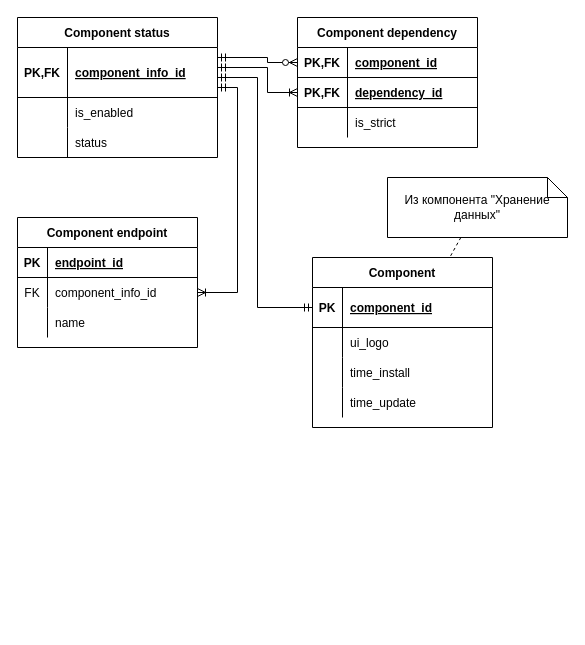
The draw.io diagram architecture/first-level/tool-CM/TCM.ERD.drawio in AVAtarMod/Linux_Ecosystem, before the edit. Source tidied: cells renumbered, new cells numbered last; positions are measured from the earlier drawing's top-left corner, leaving out a move shared by most shapes. Both pictures are drawn from the tidied source at 100%, with x=0, y=0 at pixel (17, 17).
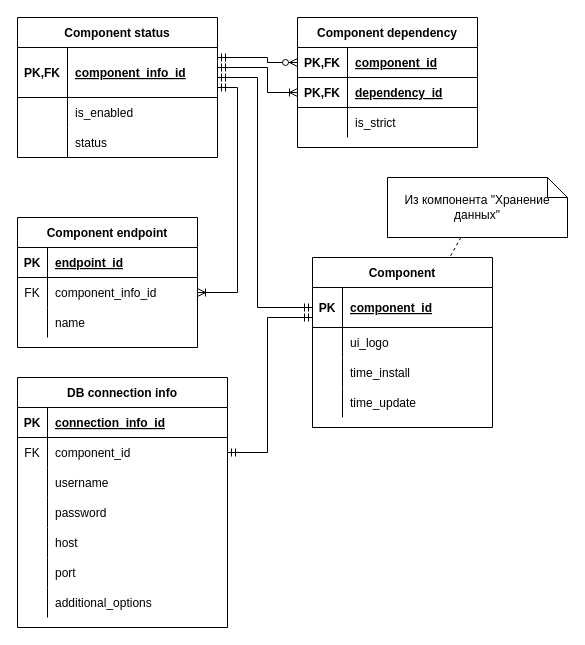
The same diagram, later.

Commit message:
(architecture) добавлено: сведения о подключении к БД

The change refers to these unchanged cells:
```xml
<mxCell id="39" style="shape=partialRectangle;fillColor=none;top=0;left=0;bottom=1;right=0;points=[[0,0.5],[1,0.5]];portConstraint=eastwest;" parent="38" vertex="1">
  <mxGeometry y="30" width="180" height="40" as="geometry" />
</mxCell>
```

The edit, as a diff of the source:
```diff
@@
+    <mxCell id="51" value="DB connection info" style="shape=table;startSize=30;childLayout=tableLayout;rowLines=0;fontStyle=1;align=center;" parent="1" vertex="1">
+      <mxGeometry y="360" width="210" height="250" as="geometry" />
+    </mxCell>
+    <mxCell id="52" style="shape=partialRectangle;fillColor=none;top=0;left=0;bottom=1;right=0;" parent="51" vertex="1">
+      <mxGeometry y="30" width="210" height="30" as="geometry" />
+    </mxCell>
+    <mxCell id="53" value="PK" style="shape=partialRectangle;fillColor=none;top=0;left=0;bottom=0;right=0;fontStyle=1;overflow=hidden;" parent="52" vertex="1">
+      <mxGeometry width="30" height="30" as="geometry" />
+    </mxCell>
+    <mxCell id="54" value="connection_info_id" style="shape=partialRectangle;fillColor=none;top=0;left=0;bottom=0;right=0;align=left;spacingLeft=6;fontStyle=5;overflow=hidden;" parent="52" vertex="1">
+      <mxGeometry x="30" width="180" height="30" as="geometry" />
+    </mxCell>
+    <mxCell id="55" style="shape=partialRectangle;fillColor=none;top=0;left=0;bottom=0;right=0;points=[[0,0.5],[1,0.5]];portConstraint=eastwest;" parent="51" vertex="1">
+      <mxGeometry y="60" width="210" height="30" as="geometry" />
+    </mxCell>
+    <mxCell id="56" value="FK" style="shape=partialRectangle;fillColor=none;top=0;left=0;bottom=0;right=0;overflow=hidden;" parent="55" vertex="1">
+      <mxGeometry width="30" height="30" as="geometry" />
+    </mxCell>
+    <mxCell id="57" value="component_id" style="shape=partialRectangle;fillColor=none;top=0;left=0;bottom=0;right=0;align=left;spacingLeft=6;overflow=hidden;fontStyle=0;" parent="55" vertex="1">
+      <mxGeometry x="30" width="180" height="30" as="geometry" />
+    </mxCell>
+    <mxCell id="58" style="shape=partialRectangle;fillColor=none;top=0;left=0;bottom=0;right=0;" parent="51" vertex="1">
+      <mxGeometry y="90" width="210" height="30" as="geometry" />
+    </mxCell>
+    <mxCell id="59" style="shape=partialRectangle;fillColor=none;top=0;left=0;bottom=0;right=0;overflow=hidden;" parent="58" vertex="1">
+      <mxGeometry width="30" height="30" as="geometry" />
+    </mxCell>
+    <mxCell id="60" value="username" style="shape=partialRectangle;fillColor=none;top=0;left=0;bottom=0;right=0;align=left;spacingLeft=6;overflow=hidden;" parent="58" vertex="1">
+      <mxGeometry x="30" width="180" height="30" as="geometry" />
+    </mxCell>
+    <mxCell id="61" style="shape=partialRectangle;fillColor=none;top=0;left=0;bottom=0;right=0;" parent="51" vertex="1">
+      <mxGeometry y="120" width="210" height="30" as="geometry" />
+    </mxCell>
+    <mxCell id="62" style="shape=partialRectangle;fillColor=none;top=0;left=0;bottom=0;right=0;overflow=hidden;" parent="61" vertex="1">
+      <mxGeometry width="30" height="30" as="geometry" />
+    </mxCell>
+    <mxCell id="63" value="password" style="shape=partialRectangle;fillColor=none;top=0;left=0;bottom=0;right=0;align=left;spacingLeft=6;overflow=hidden;" parent="61" vertex="1">
+      <mxGeometry x="30" width="180" height="30" as="geometry" />
+    </mxCell>
+    <mxCell id="64" style="shape=partialRectangle;fillColor=none;top=0;left=0;bottom=0;right=0;" parent="51" vertex="1">
+      <mxGeometry y="150" width="210" height="30" as="geometry" />
+    </mxCell>
+    <mxCell id="65" style="shape=partialRectangle;fillColor=none;top=0;left=0;bottom=0;right=0;overflow=hidden;" parent="64" vertex="1">
+      <mxGeometry width="30" height="30" as="geometry" />
+    </mxCell>
+    <mxCell id="66" value="host" style="shape=partialRectangle;fillColor=none;top=0;left=0;bottom=0;right=0;align=left;spacingLeft=6;overflow=hidden;" parent="64" vertex="1">
+      <mxGeometry x="30" width="180" height="30" as="geometry" />
+    </mxCell>
+    <mxCell id="67" style="shape=partialRectangle;fillColor=none;top=0;left=0;bottom=0;right=0;" parent="51" vertex="1">
+      <mxGeometry y="180" width="210" height="30" as="geometry" />
+    </mxCell>
+    <mxCell id="68" style="shape=partialRectangle;fillColor=none;top=0;left=0;bottom=0;right=0;overflow=hidden;" parent="67" vertex="1">
+      <mxGeometry width="30" height="30" as="geometry" />
+    </mxCell>
+    <mxCell id="69" value="port" style="shape=partialRectangle;fillColor=none;top=0;left=0;bottom=0;right=0;align=left;spacingLeft=6;overflow=hidden;" parent="67" vertex="1">
+      <mxGeometry x="30" width="180" height="30" as="geometry" />
+    </mxCell>
+    <mxCell id="70" style="shape=partialRectangle;fillColor=none;top=0;left=0;bottom=0;right=0;" parent="51" vertex="1">
+      <mxGeometry y="210" width="210" height="30" as="geometry" />
+    </mxCell>
+    <mxCell id="71" style="shape=partialRectangle;fillColor=none;top=0;left=0;bottom=0;right=0;overflow=hidden;" parent="70" vertex="1">
+      <mxGeometry width="30" height="30" as="geometry" />
+    </mxCell>
+    <mxCell id="72" value="additional_options" style="shape=partialRectangle;fillColor=none;top=0;left=0;bottom=0;right=0;align=left;spacingLeft=6;overflow=hidden;" parent="70" vertex="1">
+      <mxGeometry x="30" width="180" height="30" as="geometry" />
+    </mxCell>
+    <mxCell id="73" style="edgeStyle=orthogonalEdgeStyle;fontSize=12;html=1;endArrow=ERmandOne;startArrow=ERmandOne;rounded=0;" parent="1" edge="1" source="39" target="55">
+      <mxGeometry relative="1" as="geometry">
+        <Array as="points">
+          <mxPoint x="250" y="300" />
+          <mxPoint x="250" y="435" />
+        </Array>
+      </mxGeometry>
+    </mxCell>
```
